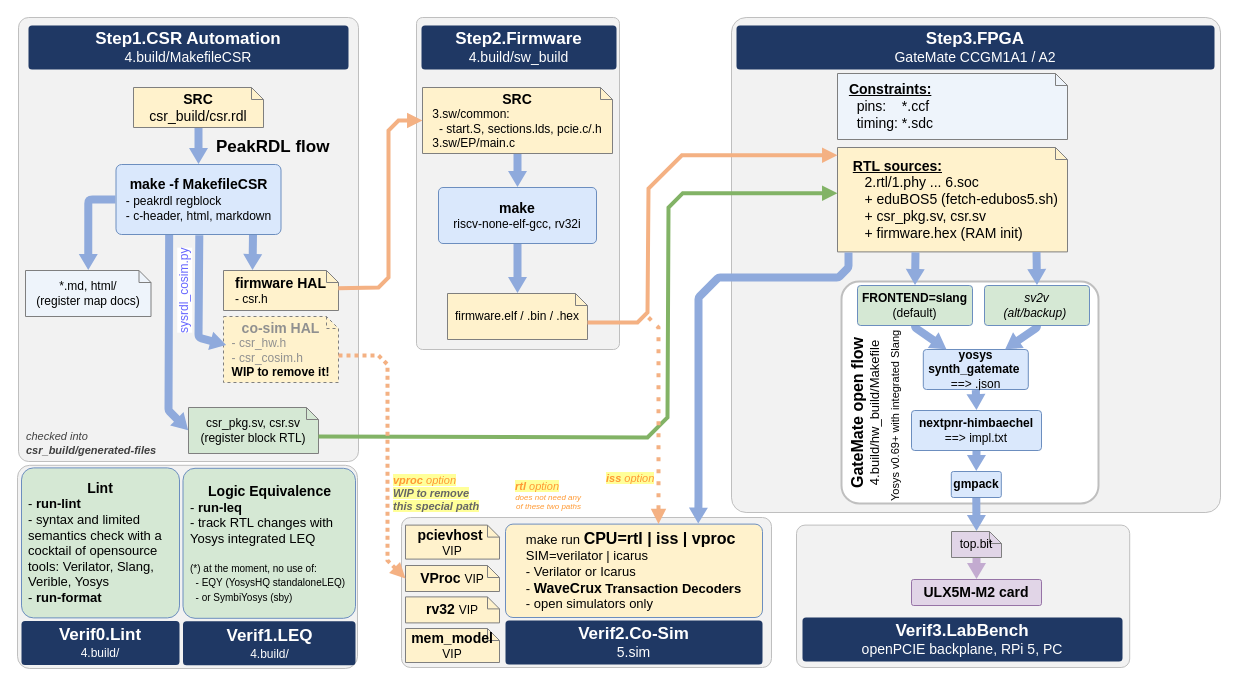
chili-chips-ba/openCologne-PCIE keeps this draw.io diagram as 0.doc/4.build/build-flow.drawio. Above is the earlier version. Source tidied: cells renumbered, new cells numbered last; positions are measured from the earlier drawing's top-left corner, leaving out a move shared by most shapes. Both pictures are drawn from the tidied source at 100%, with x=0, y=0 at pixel (17, 17).
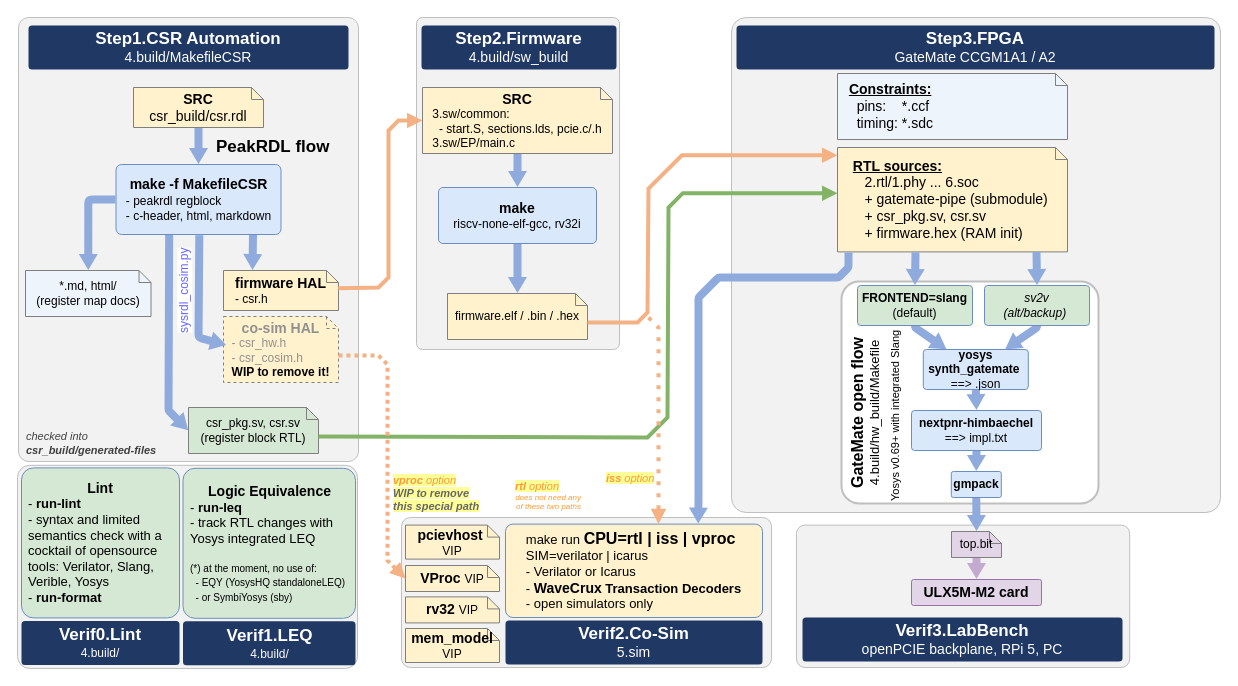
The same diagram, later.

Diff of the diagram source:
```diff
@@
-    <mxCell id="23" value="&lt;div style=&quot;&quot;&gt;&lt;b style=&quot;background-color: transparent; color: light-dark(rgb(0, 0, 0), rgb(237, 237, 237));&quot;&gt;&lt;font style=&quot;font-size: 14px;&quot;&gt;&amp;nbsp; &lt;u&gt;RTL sources:&lt;/u&gt;&lt;/font&gt;&lt;/b&gt;&lt;/div&gt;&lt;div style=&quot;&quot;&gt;&lt;span style=&quot;background-color: transparent; color: light-dark(rgb(0, 0, 0), rgb(237, 237, 237));&quot;&gt;&lt;font style=&quot;font-size: 14px;&quot;&gt;&lt;b&gt;&amp;nbsp;&lt;/b&gt; &amp;nbsp; &amp;nbsp;2.rtl/1.phy ... 6.soc&lt;/font&gt;&lt;/span&gt;&lt;/div&gt;&lt;font style=&quot;font-size: 14px;&quot;&gt;&amp;nbsp; &amp;nbsp; &amp;nbsp;+ eduBOS5 (fetch-edubos5.sh)&lt;br&gt;&amp;nbsp; &amp;nbsp; &amp;nbsp;+ csr_pkg.sv, csr.sv&lt;br&gt;&amp;nbsp; &amp;nbsp; &amp;nbsp;+ firmware.hex (RAM init)&lt;/font&gt;" style="rounded=0;whiteSpace=wrap;html=1;arcSize=8;fillColor=#fff2cc;strokeColor=#7f7f7f;fontColor=#000000;fontSize=12;fontStyle=0;align=left;verticalAlign=middle;spacingLeft=6;spacingRight=6;shape=note;size=12;points=[[0,0,0,109,0],[0,0,0,218,0],[0,0,0,224,6],[0,0,0,230,12],[0,0,0,230,46],[0,0.075,0,0,0],[0,0.4375,0,0,0],[0.047826,1,0,0,0],[0.33913,1,0,0,0],[0.5,0,0,0,0],[0.865217,0.996359,0,0,0]];" parent="1" vertex="1">
+    <mxCell id="23" value="&lt;div style=&quot;&quot;&gt;&lt;b style=&quot;background-color: transparent; color: light-dark(rgb(0, 0, 0), rgb(237, 237, 237));&quot;&gt;&lt;font style=&quot;font-size: 14px;&quot;&gt;&amp;nbsp; &lt;u&gt;RTL sources:&lt;/u&gt;&lt;/font&gt;&lt;/b&gt;&lt;/div&gt;&lt;div style=&quot;&quot;&gt;&lt;span style=&quot;background-color: transparent; color: light-dark(rgb(0, 0, 0), rgb(237, 237, 237));&quot;&gt;&lt;font style=&quot;font-size: 14px;&quot;&gt;&lt;b&gt;&amp;nbsp;&lt;/b&gt; &amp;nbsp; &amp;nbsp;2.rtl/1.phy ... 6.soc&lt;/font&gt;&lt;/span&gt;&lt;/div&gt;&lt;font style=&quot;font-size: 14px;&quot;&gt;&amp;nbsp; &amp;nbsp; &amp;nbsp;+ gatemate-pipe (submodule)&lt;br&gt;&amp;nbsp; &amp;nbsp; &amp;nbsp;+ csr_pkg.sv, csr.sv&lt;br&gt;&amp;nbsp; &amp;nbsp; &amp;nbsp;+ firmware.hex (RAM init)&lt;/font&gt;" style="rounded=0;whiteSpace=wrap;html=1;arcSize=8;fillColor=#fff2cc;strokeColor=#7f7f7f;fontColor=#000000;fontSize=12;fontStyle=0;align=left;verticalAlign=middle;spacingLeft=6;spacingRight=6;shape=note;size=12;points=[[0,0,0,109,0],[0,0,0,218,0],[0,0,0,224,6],[0,0,0,230,12],[0,0,0,230,46],[0,0.075,0,0,0],[0,0.4375,0,0,0],[0.047826,1,0,0,0],[0.33913,1,0,0,0],[0.5,0,0,0,0],[0.865217,0.996359,0,0,0]];" parent="1" vertex="1">
       <mxGeometry x="820" y="130" width="230" height="104.4" as="geometry" />
     </mxCell>
```
